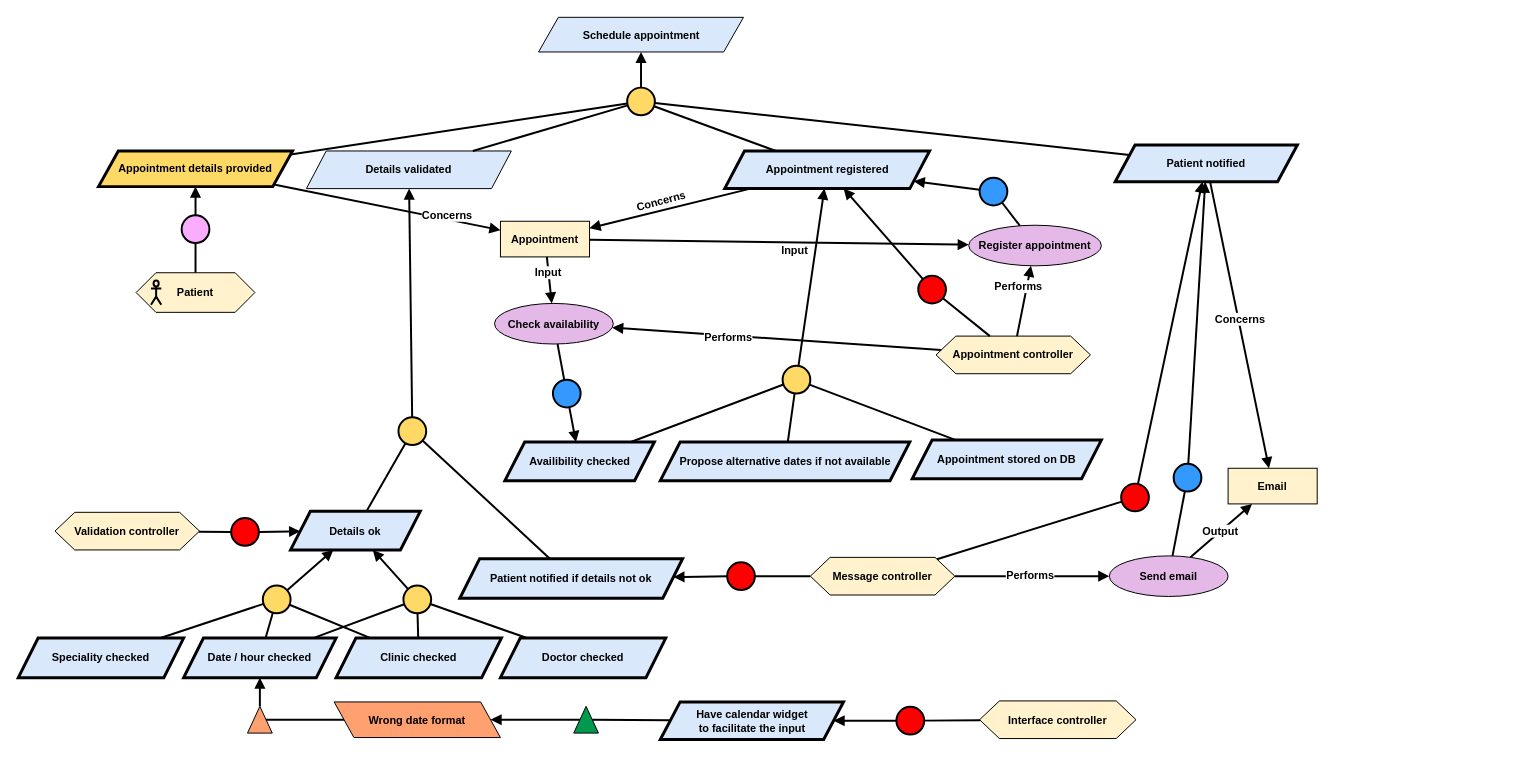
Above: Kaos/KAOS 3.drawio in RafaelCMira/myclinic-msp-project (draw.io), before the change. Source tidied: cells renumbered, new cells numbered last; positions are measured from the earlier drawing's top-left corner, leaving out a move shared by most shapes. Both pictures are drawn from the tidied source at 99%, with x=0, y=0 at pixel (18, 17).
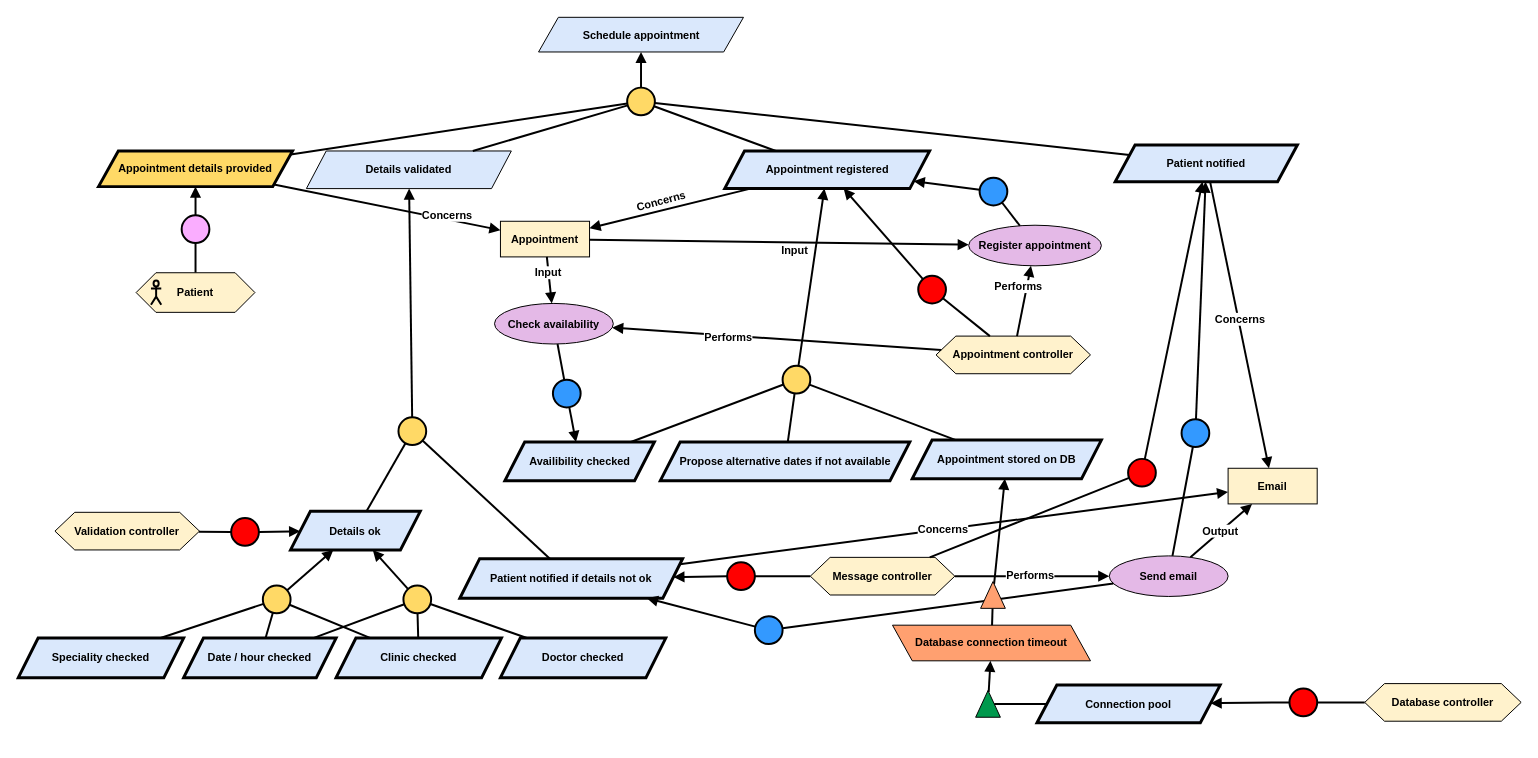
The same page after the edit.

Unchanged cells that the change refers to:
```xml
<mxCell id="28" value="&lt;b&gt;Patient notified if details not ok&lt;/b&gt;" style="shape=parallelogram;perimeter=parallelogramPerimeter;whiteSpace=wrap;html=1;fixedSize=1;fillColor=#dae8fc;strokeColor=#000000;strokeWidth=3;fontFamily=Helvetica;fontSize=11;fontColor=default;labelBackgroundColor=none;" parent="1" vertex="1">
  <mxGeometry x="446" y="546.8" width="225" height="40" as="geometry" />
</mxCell>
<mxCell id="33" value="&lt;b&gt;Date / hour checked&lt;/b&gt;" style="shape=parallelogram;perimeter=parallelogramPerimeter;whiteSpace=wrap;html=1;fixedSize=1;fillColor=#dae8fc;strokeColor=#000000;fontFamily=Helvetica;fontSize=11;fontColor=default;labelBackgroundColor=none;strokeWidth=3;" parent="1" vertex="1">
  <mxGeometry x="167" y="627" width="154" height="40" as="geometry" />
</mxCell>
<mxCell id="55" value="&lt;b&gt;Appointment stored on DB&lt;/b&gt;" style="shape=parallelogram;perimeter=parallelogramPerimeter;whiteSpace=wrap;html=1;fixedSize=1;fillColor=#dae8fc;strokeColor=#000000;strokeWidth=3;fontFamily=Helvetica;fontSize=11;fontColor=default;labelBackgroundColor=none;" parent="1" vertex="1">
  <mxGeometry x="903" y="427" width="191" height="39" as="geometry" />
</mxCell>
<mxCell id="79" value="&lt;b&gt;Email&lt;/b&gt;" style="rounded=0;whiteSpace=wrap;html=1;fillColor=#FFF2CC;fontFamily=Helvetica;fontSize=11;fontColor=default;labelBackgroundColor=none;" parent="1" vertex="1">
  <mxGeometry x="1222" y="455.5" width="90" height="36" as="geometry" />
</mxCell>
<mxCell id="82" value="&lt;b&gt;Send email&lt;/b&gt;" style="ellipse;whiteSpace=wrap;html=1;fillColor=#E4B9E7;strokeColor=#000000;fontFamily=Helvetica;fontSize=11;fontColor=default;labelBackgroundColor=none;" parent="1" vertex="1">
  <mxGeometry x="1102" y="544" width="120" height="41" as="geometry" />
</mxCell>
```

What changed in the source:
```diff
@@
-    <mxCell id="2" value="Wrong date format" style="shape=parallelogram;perimeter=parallelogramPerimeter;whiteSpace=wrap;html=1;fixedSize=1;fillColor=#FFA070;fontStyle=1;fontFamily=Helvetica;fontSize=11;fontColor=default;labelBackgroundColor=none;flipH=1;flipV=0;" parent="1" vertex="1">
-      <mxGeometry x="319" y="691.5" width="168" height="36" as="geometry" />
+    <mxCell id="2" value="Database connection timeout" style="shape=parallelogram;perimeter=parallelogramPerimeter;whiteSpace=wrap;html=1;fixedSize=1;fillColor=#FFA070;fontStyle=1;fontFamily=Helvetica;fontSize=11;fontColor=default;labelBackgroundColor=none;flipH=1;flipV=0;" parent="1" vertex="1">
+      <mxGeometry x="883" y="614" width="200" height="36" as="geometry" />
     </mxCell>
-    <mxCell id="3" value="&lt;b&gt;Have calendar widget&lt;br&gt;to facilitate the input&lt;/b&gt;" style="shape=parallelogram;perimeter=parallelogramPerimeter;whiteSpace=wrap;html=1;fixedSize=1;fillColor=#dae8fc;strokeColor=#000000;fontFamily=Helvetica;fontSize=11;fontColor=default;labelBackgroundColor=none;strokeWidth=3;" parent="1" vertex="1">
-      <mxGeometry x="648.5" y="691.5" width="185" height="38" as="geometry" />
-    </mxCell>
-    <mxCell id="4" value="&lt;div&gt;&lt;b&gt;Interface controller&lt;/b&gt;&lt;/div&gt;" style="shape=hexagon;perimeter=hexagonPerimeter2;whiteSpace=wrap;html=1;fixedSize=1;fillColor=#FFF2CC;fontFamily=Helvetica;fontSize=11;fontColor=default;labelBackgroundColor=none;" parent="1" vertex="1">
-      <mxGeometry x="971" y="690.5" width="158" height="38" as="geometry" />
+    <mxCell id="4" value="&lt;div&gt;&lt;b&gt;Database controller&lt;/b&gt;&lt;/div&gt;" style="shape=hexagon;perimeter=hexagonPerimeter2;whiteSpace=wrap;html=1;fixedSize=1;fillColor=#FFF2CC;fontFamily=Helvetica;fontSize=11;fontColor=default;labelBackgroundColor=none;" parent="1" vertex="1">
+      <mxGeometry x="1360" y="673" width="158" height="38" as="geometry" />
     </mxCell>
-    <mxCell id="5" style="ellipse;whiteSpace=wrap;html=1;fillColor=#FF0000;strokeWidth=2;" parent="1" vertex="1">
-      <mxGeometry x="887" y="696.5" width="28" height="28" as="geometry" />
-    </mxCell>
-    <mxCell id="6" style="endArrow=block;html=1;rounded=0;endFill=1;strokeWidth=2;" parent="1" edge="1" source="5" target="3">
-      <mxGeometry relative="1" as="geometry" />
-    </mxCell>
-    <mxCell id="7" style="endArrow=none;html=1;rounded=0;strokeWidth=2;" parent="1" edge="1" source="4" target="5">
-      <mxGeometry relative="1" as="geometry" />
-    </mxCell>
-    <mxCell id="8" style="endArrow=block;html=1;rounded=0;endFill=1;strokeWidth=2;" parent="1" edge="1" source="10" target="2">
-      <mxGeometry relative="1" as="geometry" />
-    </mxCell>
-    <mxCell id="9" style="endArrow=none;html=1;rounded=0;strokeWidth=2;" parent="1" edge="1" source="3" target="10">
-      <mxGeometry relative="1" as="geometry" />
-    </mxCell>
-    <mxCell id="10" style="triangle;whiteSpace=wrap;html=1;rotation=-90;fillColor=#00994D;" parent="1" vertex="1">
-      <mxGeometry x="560" y="697" width="27" height="25" as="geometry" />
-    </mxCell>
@@
     <mxCell id="62" style="ellipse;whiteSpace=wrap;html=1;fillColor=#FF0000;strokeWidth=2;" parent="1" vertex="1">
-      <mxGeometry x="1114" y="471" width="28" height="28" as="geometry" />
+      <mxGeometry x="1121" y="446" width="28" height="28" as="geometry" />
     </mxCell>
@@
     <mxCell id="85" style="ellipse;whiteSpace=wrap;html=1;fillColor=#3399FF;strokeWidth=2;" parent="1" vertex="1">
-      <mxGeometry x="1167" y="451" width="28" height="28" as="geometry" />
+      <mxGeometry x="1175" y="406" width="28" height="28" as="geometry" />
     </mxCell>
@@
-    <mxCell id="93" style="endArrow=block;html=1;rounded=0;endFill=1;strokeWidth=2;" parent="1" edge="1" source="95" target="33">
+    <mxCell id="93" style="endArrow=block;html=1;rounded=0;endFill=1;strokeWidth=2;" parent="1" edge="1" source="95" target="55">
       <mxGeometry relative="1" as="geometry" />
     </mxCell>
@@
-    <mxCell id="95" style="triangle;whiteSpace=wrap;html=1;rotation=-90;fillColor=#FFA070;" parent="1" vertex="1">
-      <mxGeometry x="230.5" y="697" width="27" height="25" as="geometry" />
-    </mxCell>
@@
+    <mxCell id="106" value="&lt;b&gt;Connection pool&lt;/b&gt;" style="shape=parallelogram;perimeter=parallelogramPerimeter;whiteSpace=wrap;html=1;fixedSize=1;fillColor=#dae8fc;strokeColor=#000000;fontFamily=Helvetica;fontSize=11;fontColor=default;labelBackgroundColor=none;strokeWidth=3;" parent="1" vertex="1">
+      <mxGeometry x="1029" y="674.5" width="185" height="38" as="geometry" />
+    </mxCell>
+    <mxCell id="107" style="endArrow=block;html=1;rounded=0;endFill=1;strokeWidth=2;" parent="1" edge="1" source="109" target="2">
+      <mxGeometry relative="1" as="geometry" />
+    </mxCell>
+    <mxCell id="108" style="endArrow=none;html=1;rounded=0;strokeWidth=2;" parent="1" edge="1" source="106" target="109">
+      <mxGeometry relative="1" as="geometry" />
+    </mxCell>
+    <mxCell id="109" style="triangle;whiteSpace=wrap;html=1;rotation=-90;fillColor=#00994D;" parent="1" vertex="1">
+      <mxGeometry x="966" y="681" width="27" height="25" as="geometry" />
+    </mxCell>
+    <mxCell id="110" style="ellipse;whiteSpace=wrap;html=1;fillColor=#FF0000;strokeWidth=2;" parent="1" vertex="1">
+      <mxGeometry x="1284" y="678" width="28" height="28" as="geometry" />
+    </mxCell>
+    <mxCell id="111" style="endArrow=block;html=1;rounded=0;endFill=1;strokeWidth=2;" parent="1" edge="1" source="110" target="106">
+      <mxGeometry relative="1" as="geometry" />
+    </mxCell>
+    <mxCell id="112" style="endArrow=none;html=1;rounded=0;strokeWidth=2;" parent="1" edge="1" source="4" target="110">
+      <mxGeometry relative="1" as="geometry" />
+    </mxCell>
+    <mxCell id="113" style="endArrow=block;html=1;rounded=0;endFill=1;strokeWidth=2;" parent="1" edge="1" source="28" target="79">
+      <mxGeometry relative="1" as="geometry" />
+    </mxCell>
+    <mxCell id="114" value="&lt;b&gt;Concerns&lt;/b&gt;" style="edgeLabel;html=1;align=center;verticalAlign=middle;" parent="113" vertex="1">
+      <mxGeometry x="-0.04" y="1" relative="1" as="geometry" />
+    </mxCell>
+    <mxCell id="115" style="ellipse;whiteSpace=wrap;html=1;fillColor=#3399FF;strokeWidth=2;" parent="1" vertex="1">
+      <mxGeometry x="744" y="605" width="28" height="28" as="geometry" />
+    </mxCell>
+    <mxCell id="116" style="endArrow=block;html=1;rounded=0;endFill=1;strokeWidth=2;" parent="1" edge="1" source="115" target="28">
+      <mxGeometry relative="1" as="geometry" />
+    </mxCell>
+    <mxCell id="117" style="endArrow=none;html=1;rounded=0;strokeWidth=2;" parent="1" edge="1" source="82" target="115">
+      <mxGeometry relative="1" as="geometry" />
+    </mxCell>
+    <mxCell id="95" style="triangle;whiteSpace=wrap;html=1;rotation=-90;fillColor=#FFA070;" parent="1" vertex="1">
+      <mxGeometry x="971" y="571" width="27" height="25" as="geometry" />
+    </mxCell>
```
